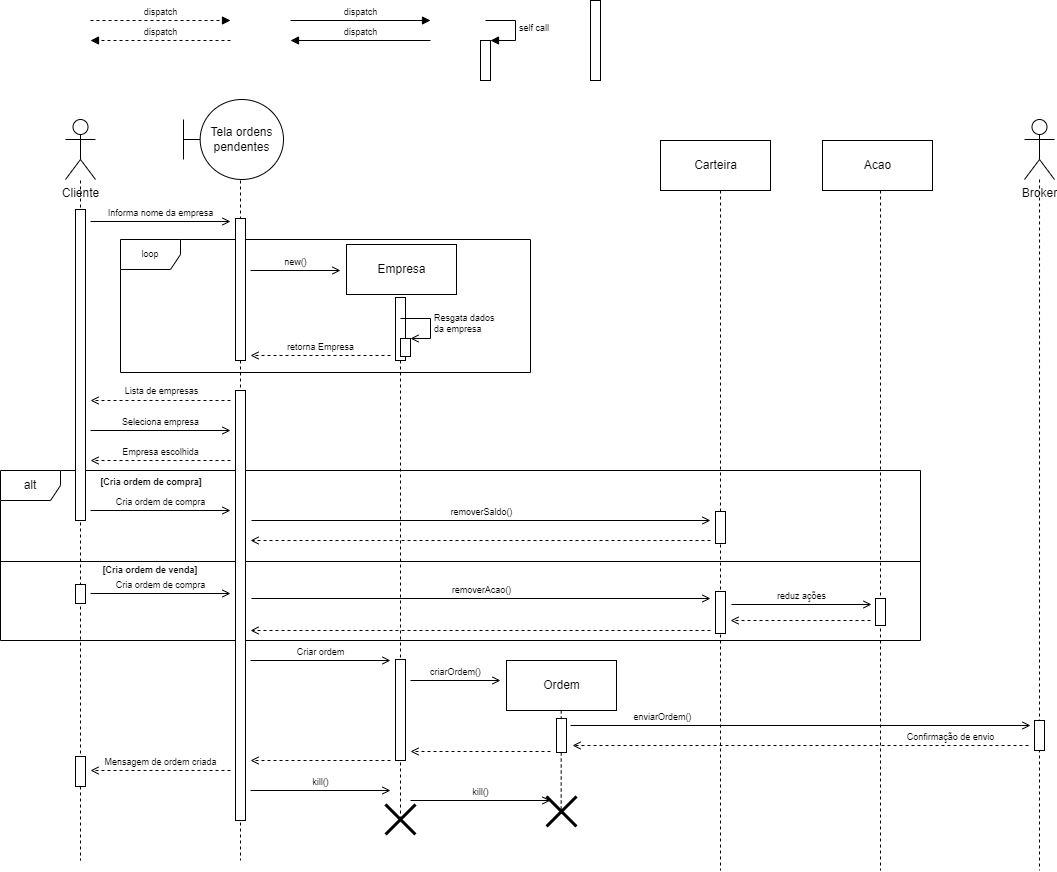
EijiDogen/FEI_MDSMarket keeps this draw.io diagram as MarketDiagramasDeSequencia/MarketSequencia03.drawio.png. Above is the earlier version. Source tidied: cells renumbered, new cells last; positions are measured from the earlier drawing's top-left corner, leaving out a move shared by most shapes.
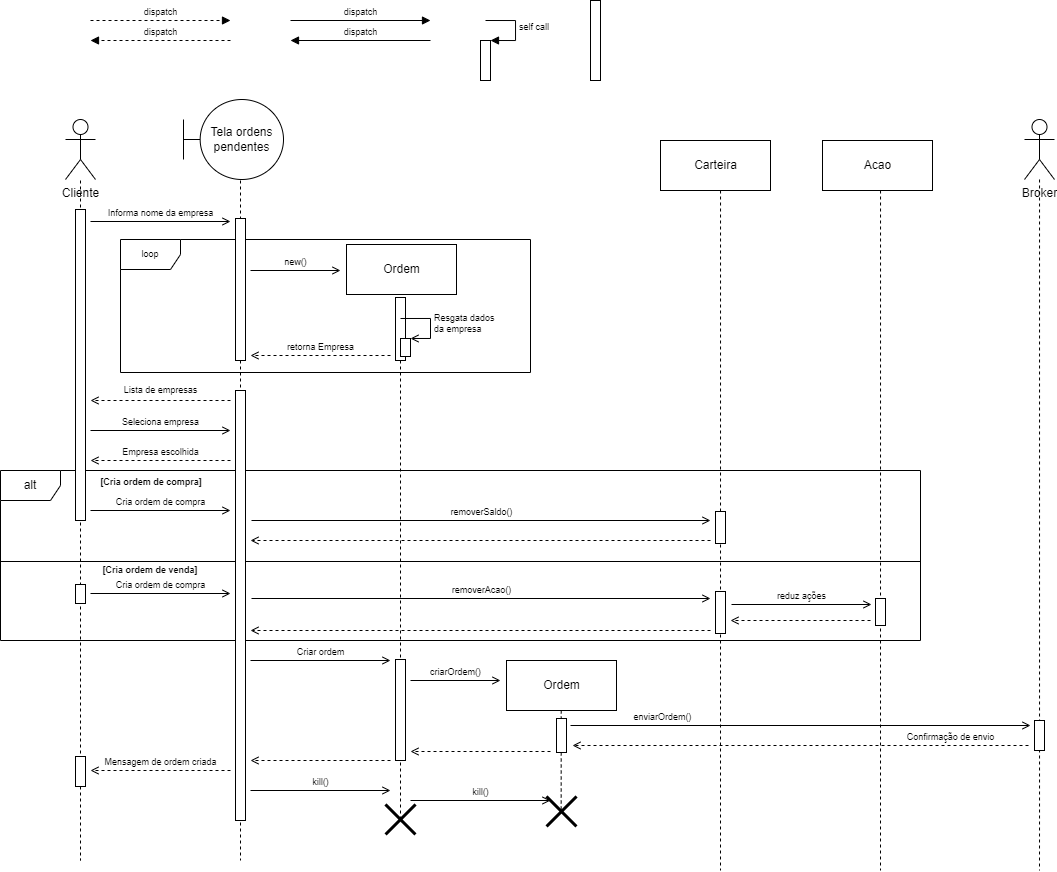
After the commit.

Change to the diagram source:
```diff
@@ -76,7 +76,7 @@
     <mxCell id="16" value="Tela ordens pendentes" style="shape=umlBoundary;whiteSpace=wrap;html=1;" parent="10" vertex="1">
       <mxGeometry x="183" y="99" width="100" height="80" as="geometry" />
     </mxCell>
-    <mxCell id="17" value="Empresa" style="html=1;" parent="10" vertex="1">
+    <mxCell id="17" value="Ordem" style="html=1;" parent="10" vertex="1">
       <mxGeometry x="346" y="244" width="110" height="50" as="geometry" />
     </mxCell>
     <mxCell id="18" value="Broker" style="shape=umlActor;verticalLabelPosition=bottom;verticalAlign=top;html=1;" parent="10" vertex="1">
```
